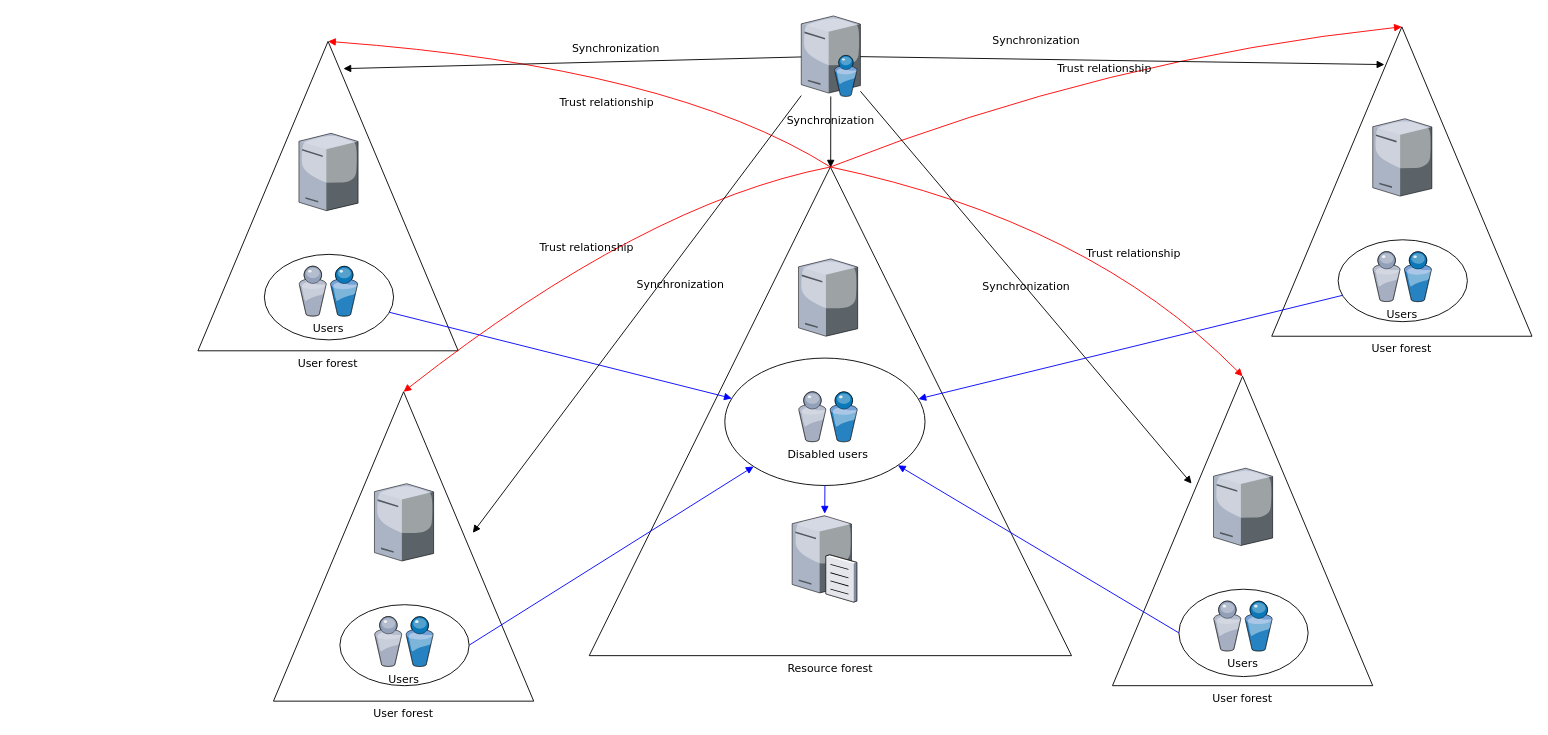
Earlier version of the draw.io diagram page "Page-1" (1 of 2) of 22Diagram.drawio (rgbaal/diagrams). Source tidied: cells renumbered, new cells numbered last; positions are measured from the earlier drawing's top-left corner, leaving out a move shared by most shapes. Both pictures are drawn from the tidied source at 91%, with x=0, y=0 at pixel (197, 15).
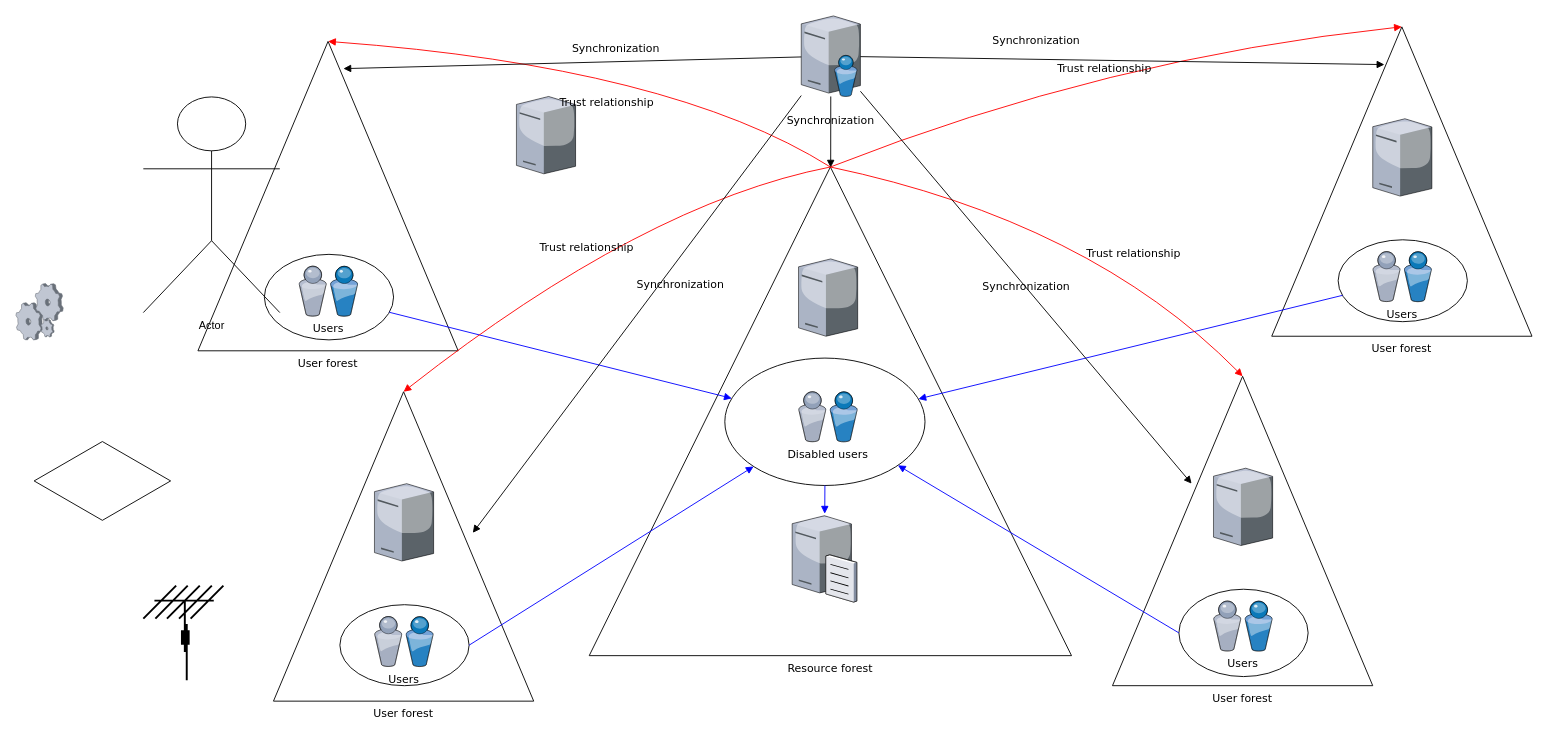
After the change.

What changed in the source:
```diff
@@
     <mxCell id="8" style="verticalLabelPosition=bottom;html=1;verticalAlign=top;strokeColor=none;shape=mxgraph.citrix.tower_server;rounded=0;shadow=0;comic=0;fontFamily=Verdana;" parent="1" vertex="1">
-      <mxGeometry x="111" y="129" width="65" height="85" as="geometry" />
+      <mxGeometry x="350" y="88.5" width="65" height="85" as="geometry" />
     </mxCell>
@@
+    <mxCell id="38" value="Actor" style="shape=umlActor;verticalLabelPosition=bottom;verticalAlign=top;html=1;" parent="1" vertex="1">
+      <mxGeometry x="-60" y="89" width="150" height="237" as="geometry" />
+    </mxCell>
+    <mxCell id="39" style="html=1;whiteSpace=wrap;shape=isoRectangle;" parent="1" vertex="1">
+      <mxGeometry x="-180" y="466" width="150" height="90" as="geometry" />
+    </mxCell>
+    <mxCell id="40" style="verticalLabelPosition=bottom;html=1;verticalAlign=top;strokeColor=none;align=center;shape=mxgraph.citrix.process;" parent="1" vertex="1">
+      <mxGeometry x="-200" y="294" width="52" height="62" as="geometry" />
+    </mxCell>
+    <mxCell id="41" style="shape=mxgraph.cisco.wireless.antenna;html=1;dashed=0;fillColor=#036897;strokeColor=#ffffff;strokeWidth=2;verticalLabelPosition=bottom;verticalAlign=top;align=center;" parent="1" vertex="1">
+      <mxGeometry x="-60" y="626" width="88" height="104" as="geometry" />
+    </mxCell>
```
